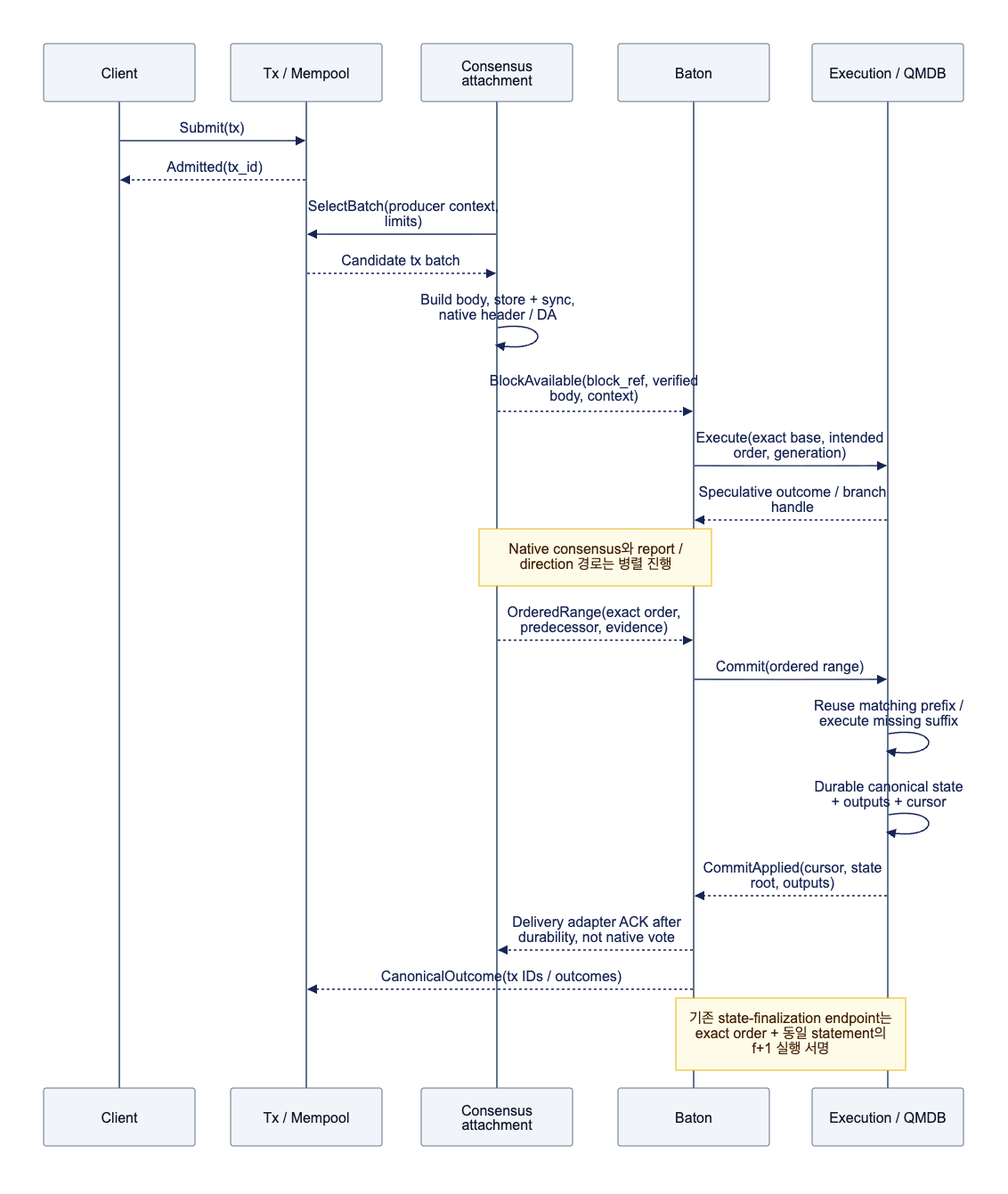
djm07073/baton-research keeps this Mermaid diagram as assets/diagrams/diagram-02.png. Above is the earlier version. Its source is kept beside it as assets/diagrams/diagram-02.mmd.
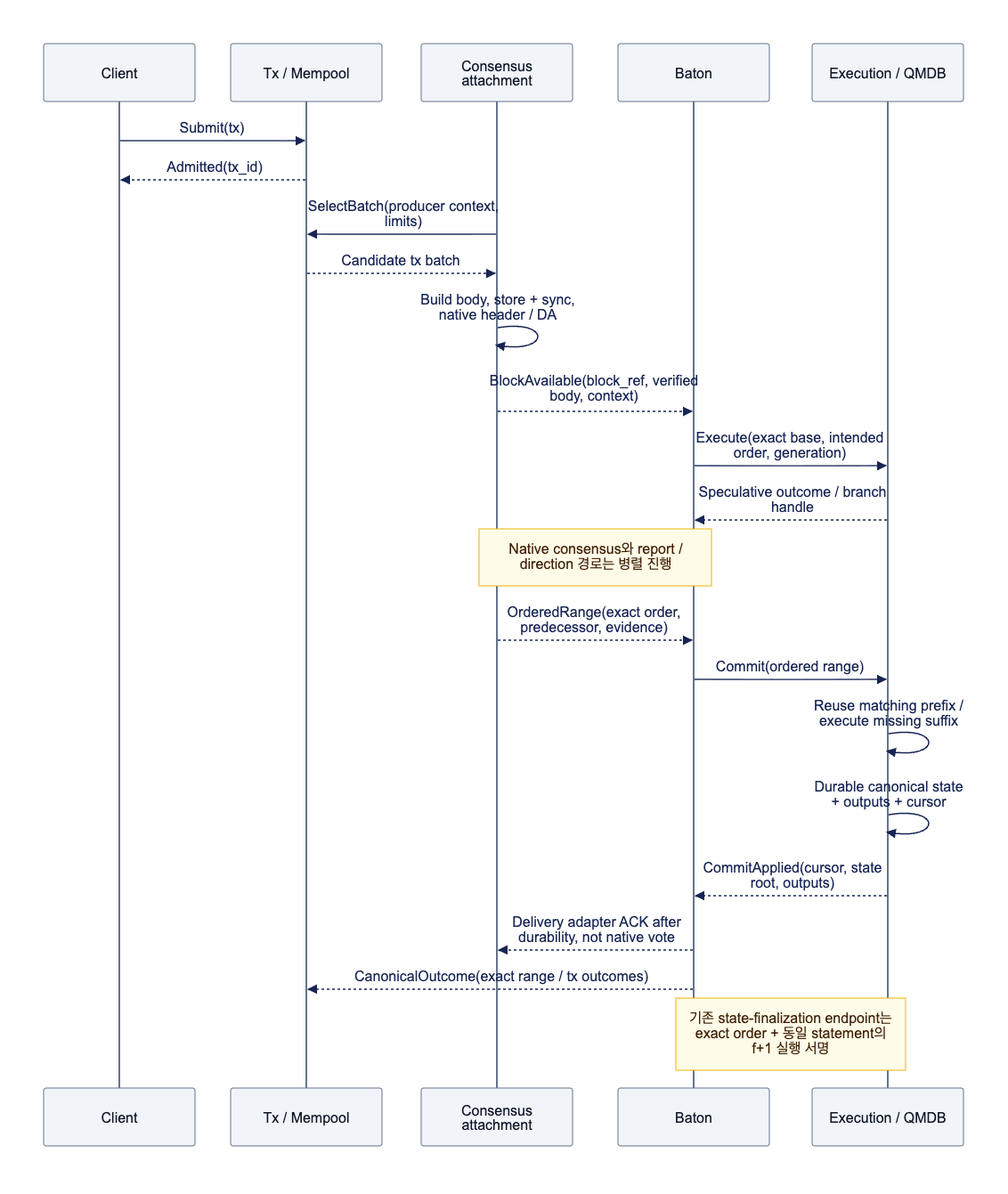
After the change.

The edit, as a diff of the source:
```diff
@@ -19,5 +19,5 @@
     E->>E: Durable canonical state + outputs + cursor
     E-->>B: CommitApplied(cursor, state root, outputs)
     B-->>N: Delivery adapter ACK after durability, not native vote
-    B-->>T: CanonicalOutcome(tx IDs / outcomes)
+    B-->>T: CanonicalOutcome(exact range / tx outcomes)
     Note over B,E: 기존 state-finalization endpoint는 exact order + 동일 statement의 f+1 실행 서명
```
